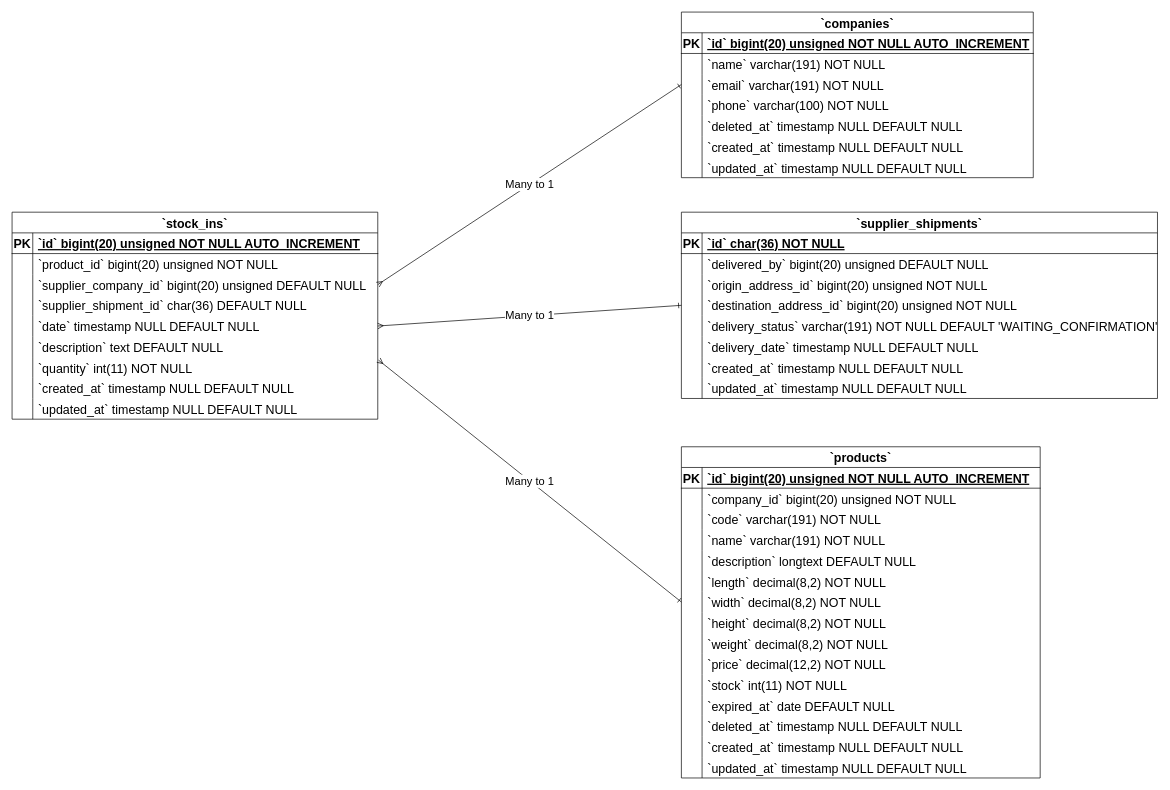
This is Stock Ins ERD Diagram.drawio from Simasco/diagram, a draw.io file, before an edit. Source tidied: cells renumbered, new cells numbered last; positions are measured from the earlier drawing's top-left corner, leaving out a move shared by most shapes. Both pictures are drawn from the tidied source at 69%, with x=0, y=0 at pixel (12, 12).
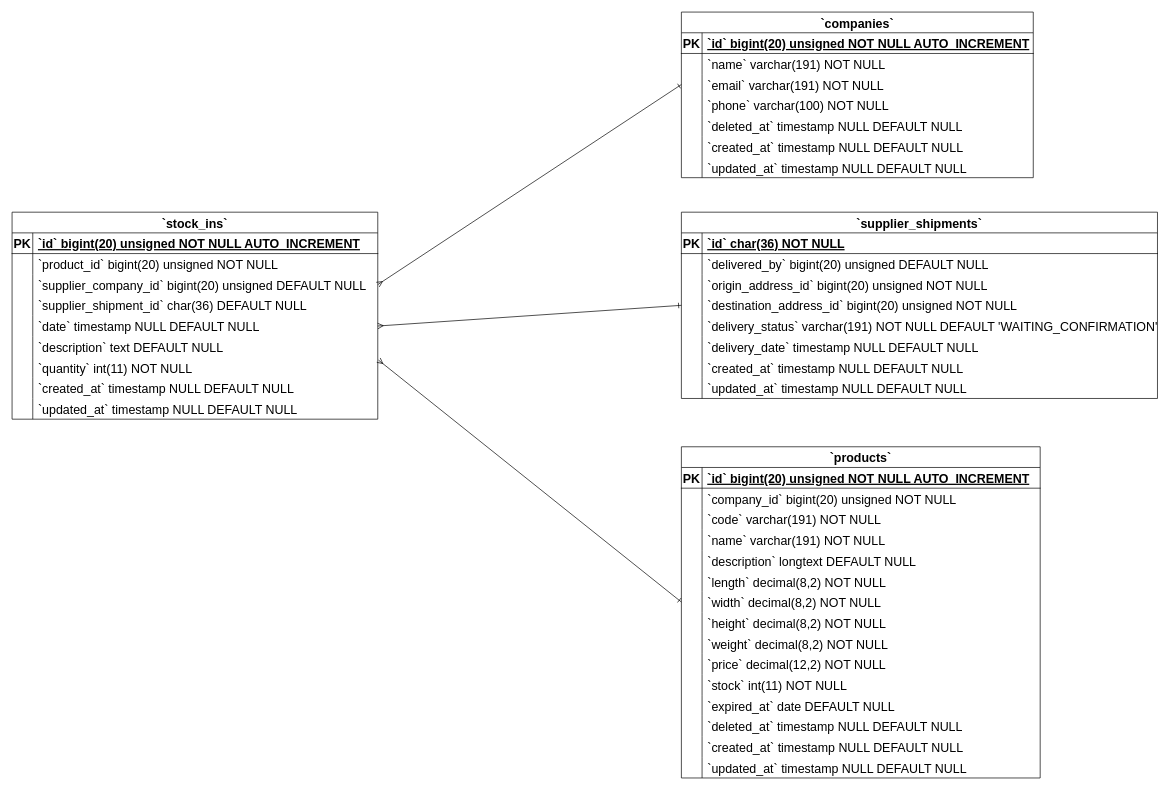
Above is the later version.

Unchanged cells that the change refers to:
```xml
<mxCell id="9" style="shape=tableRow;horizontal=0;startSize=0;swimlaneHead=0;swimlaneBody=0;fillColor=none;points=[[0,0.5],[1,0.5]];portConstraint=eastwest;strokeColor=inherit;top=0;left=0;right=0;bottom=0;fontSize=18;" parent="2" vertex="1">
  <mxGeometry y="90" width="510" height="30" as="geometry" />
</mxCell>
<mxCell id="43" style="shape=tableRow;horizontal=0;startSize=0;swimlaneHead=0;swimlaneBody=0;fillColor=none;points=[[0,0.5],[1,0.5]];portConstraint=eastwest;strokeColor=inherit;top=0;left=0;right=0;bottom=0;fontSize=18;" parent="24" vertex="1">
  <mxGeometry y="210" width="520" height="30" as="geometry" />
</mxCell>
<mxCell id="77" style="shape=tableRow;horizontal=0;startSize=0;swimlaneHead=0;swimlaneBody=0;fillColor=none;points=[[0,0.5],[1,0.5]];portConstraint=eastwest;strokeColor=inherit;top=0;left=0;right=0;bottom=0;fontSize=18;" parent="70" vertex="1">
  <mxGeometry y="90" width="530" height="30" as="geometry" />
</mxCell>
<mxCell id="83" style="shape=tableRow;horizontal=0;startSize=0;swimlaneHead=0;swimlaneBody=0;fillColor=none;points=[[0,0.5],[1,0.5]];portConstraint=eastwest;strokeColor=inherit;top=0;left=0;right=0;bottom=0;fontSize=18;" parent="70" vertex="1">
  <mxGeometry y="150" width="530" height="30" as="geometry" />
</mxCell>
<mxCell id="89" style="shape=tableRow;horizontal=0;startSize=0;swimlaneHead=0;swimlaneBody=0;fillColor=none;points=[[0,0.5],[1,0.5]];portConstraint=eastwest;strokeColor=inherit;top=0;left=0;right=0;bottom=0;fontSize=18;" parent="70" vertex="1">
  <mxGeometry y="210" width="530" height="30" as="geometry" />
</mxCell>
<mxCell id="108" style="shape=tableRow;horizontal=0;startSize=0;swimlaneHead=0;swimlaneBody=0;fillColor=none;points=[[0,0.5],[1,0.5]];portConstraint=eastwest;strokeColor=inherit;top=0;left=0;right=0;bottom=0;fontSize=18;" parent="98" vertex="1">
  <mxGeometry y="120" width="690" height="30" as="geometry" />
</mxCell>
```

Change to the diagram source:
```diff
@@
-    <mxCell id="123" value="&lt;font style=&quot;font-size: 16px;&quot;&gt;Many to 1&lt;/font&gt;" style="fontSize=12;html=1;endArrow=ERmany;rounded=0;exitX=0;exitY=0.5;exitDx=0;exitDy=0;entryX=1;entryY=0.5;entryDx=0;entryDy=0;endFill=0;startArrow=ERone;startFill=0;" parent="1" edge="1" source="108" target="83">
+    <mxCell id="123" style="fontSize=12;html=1;endArrow=ERmany;rounded=0;exitX=0;exitY=0.5;exitDx=0;exitDy=0;entryX=1;entryY=0.5;entryDx=0;entryDy=0;endFill=0;startArrow=ERone;startFill=0;" parent="1" edge="1" source="108" target="83">
       <mxGeometry relative="1" as="geometry" />
     </mxCell>
-    <mxCell id="124" value="&lt;font style=&quot;font-size: 16px;&quot;&gt;Many to 1&lt;/font&gt;" style="fontSize=12;html=1;endArrow=ERmany;rounded=0;exitX=0;exitY=0.5;exitDx=0;exitDy=0;entryX=1.002;entryY=0.148;entryDx=0;entryDy=0;entryPerimeter=0;endFill=0;startArrow=ERone;startFill=0;" parent="1" edge="1" source="43" target="89">
+    <mxCell id="124" style="fontSize=12;html=1;endArrow=ERmany;rounded=0;exitX=0;exitY=0.5;exitDx=0;exitDy=0;entryX=1.002;entryY=0.148;entryDx=0;entryDy=0;entryPerimeter=0;endFill=0;startArrow=ERone;startFill=0;" parent="1" edge="1" source="43" target="89">
       <mxGeometry relative="1" as="geometry" />
     </mxCell>
-    <mxCell id="125" value="&lt;font style=&quot;font-size: 16px;&quot;&gt;Many to 1&lt;/font&gt;" style="fontSize=12;html=1;endArrow=ERmany;rounded=0;exitX=0;exitY=0.5;exitDx=0;exitDy=0;entryX=1;entryY=0.5;entryDx=0;entryDy=0;endFill=0;startArrow=ERone;startFill=0;" parent="1" edge="1" source="9" target="77">
+    <mxCell id="125" style="fontSize=12;html=1;endArrow=ERmany;rounded=0;exitX=0;exitY=0.5;exitDx=0;exitDy=0;entryX=1;entryY=0.5;entryDx=0;entryDy=0;endFill=0;startArrow=ERone;startFill=0;" parent="1" edge="1" source="9" target="77">
       <mxGeometry relative="1" as="geometry" />
     </mxCell>
```
